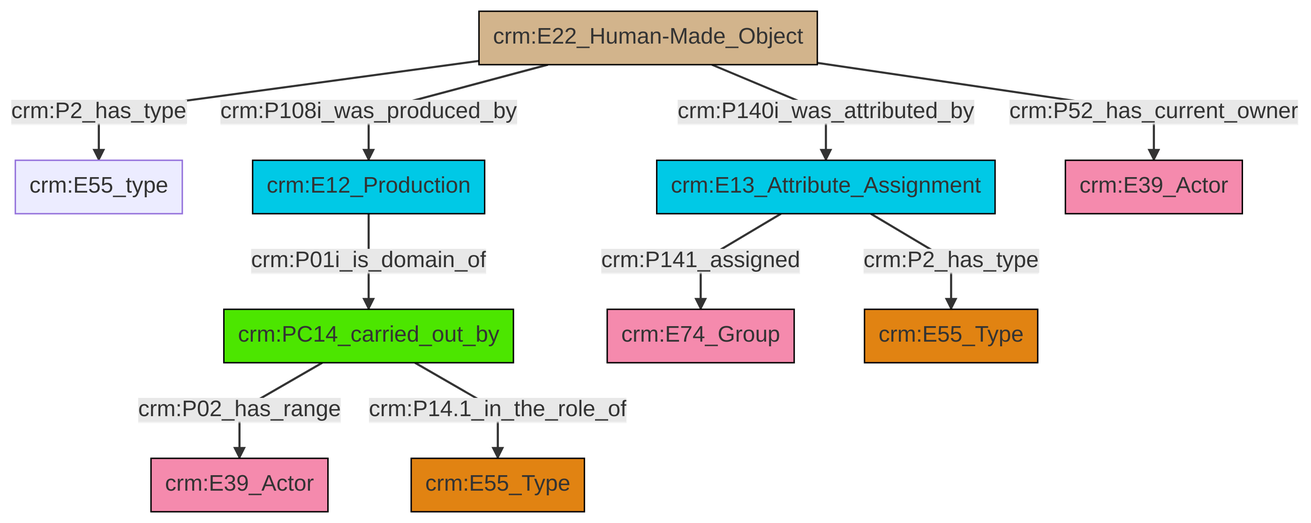
Above: et/builtWorkCSV/ttl/mmd/png/Built_Work_actor_relations.png in swiss-art-research-net/reference-data-models (Mermaid), before the change. Its source is kept beside it as et/builtWorkCSV/ttl/mmd/Built_Work_actor_relations.ttl.mmd.
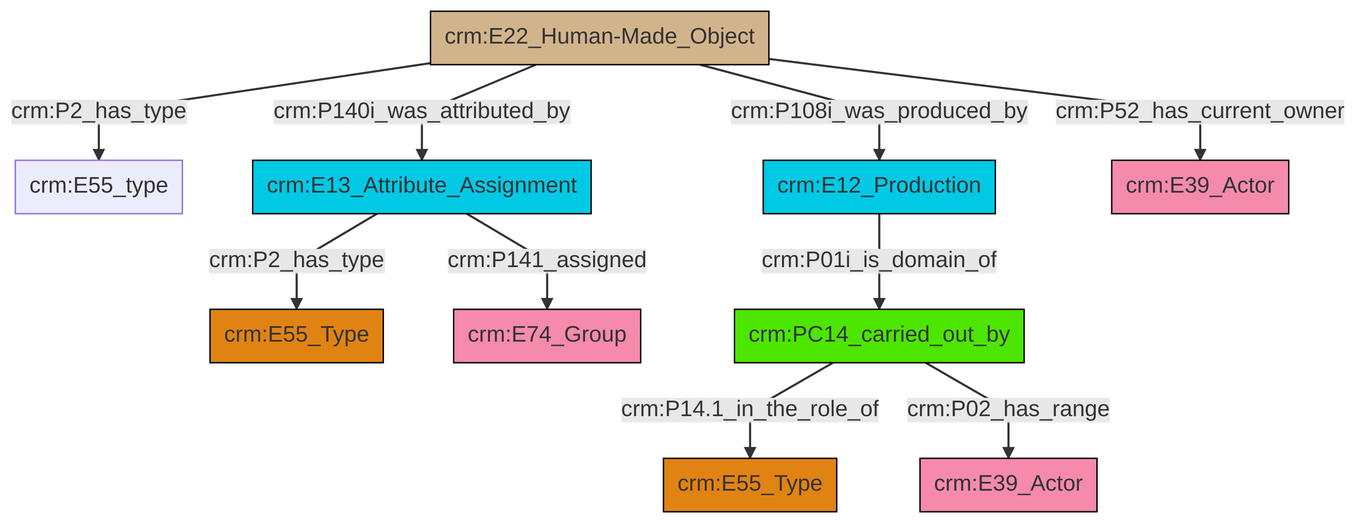
The same file after the commit.

The edit, as a diff of the source:
```diff
@@ -13,12 +13,12 @@
 classDef PC_Classes fill:#4ce600, stroke:#000000;
 classDef Multi fill:#cccccc,stroke:#000000;
 
-0["crm:E13_Attribute_Assignment"]:::Temporal_Entity -->|crm:P141_assigned| 1["crm:E74_Group"]:::Actor
-6["crm:E12_Production"]:::Temporal_Entity -->|crm:P01i_is_domain_of| 2["crm:PC14_carried_out_by"]:::PC_Classes
-0["crm:E13_Attribute_Assignment"]:::Temporal_Entity -->|crm:P2_has_type| 7["crm:E55_Type"]:::Type
-15["crm:E22_Human-Made_Object"]:::Physical_Thing -->|crm:P2_has_type| 11["crm:E55_type"]:::Default
-2["crm:PC14_carried_out_by"]:::PC_Classes -->|crm:P02_has_range| 4["crm:E39_Actor"]:::Actor
-15["crm:E22_Human-Made_Object"]:::Physical_Thing -->|crm:P108i_was_produced_by| 6["crm:E12_Production"]:::Temporal_Entity
-15["crm:E22_Human-Made_Object"]:::Physical_Thing -->|crm:P140i_was_attributed_by| 0["crm:E13_Attribute_Assignment"]:::Temporal_Entity
-15["crm:E22_Human-Made_Object"]:::Physical_Thing -->|crm:P52_has_current_owner| 13["crm:E39_Actor"]:::Actor
-2["crm:PC14_carried_out_by"]:::PC_Classes -->|crm:P14.1_in_the_role_of| 16["crm:E55_Type"]:::Type
+4["crm:PC14_carried_out_by"]:::PC_Classes -->|crm:P14.1_in_the_role_of| 6["crm:E55_Type"]:::Type
+8["crm:E22_Human-Made_Object"]:::Physical_Thing -->|crm:P2_has_type| 10["crm:E55_type"]:::Default
+4["crm:PC14_carried_out_by"]:::PC_Classes -->|crm:P02_has_range| 13["crm:E39_Actor"]:::Actor
+11["crm:E13_Attribute_Assignment"]:::Temporal_Entity -->|crm:P141_assigned| 2["crm:E74_Group"]:::Actor
+8["crm:E22_Human-Made_Object"]:::Physical_Thing -->|crm:P140i_was_attributed_by| 11["crm:E13_Attribute_Assignment"]:::Temporal_Entity
+8["crm:E22_Human-Made_Object"]:::Physical_Thing -->|crm:P108i_was_produced_by| 14["crm:E12_Production"]:::Temporal_Entity
+8["crm:E22_Human-Made_Object"]:::Physical_Thing -->|crm:P52_has_current_owner| 16["crm:E39_Actor"]:::Actor
+11["crm:E13_Attribute_Assignment"]:::Temporal_Entity -->|crm:P2_has_type| 0["crm:E55_Type"]:::Type
+14["crm:E12_Production"]:::Temporal_Entity -->|crm:P01i_is_domain_of| 4["crm:PC14_carried_out_by"]:::PC_Classes
```
